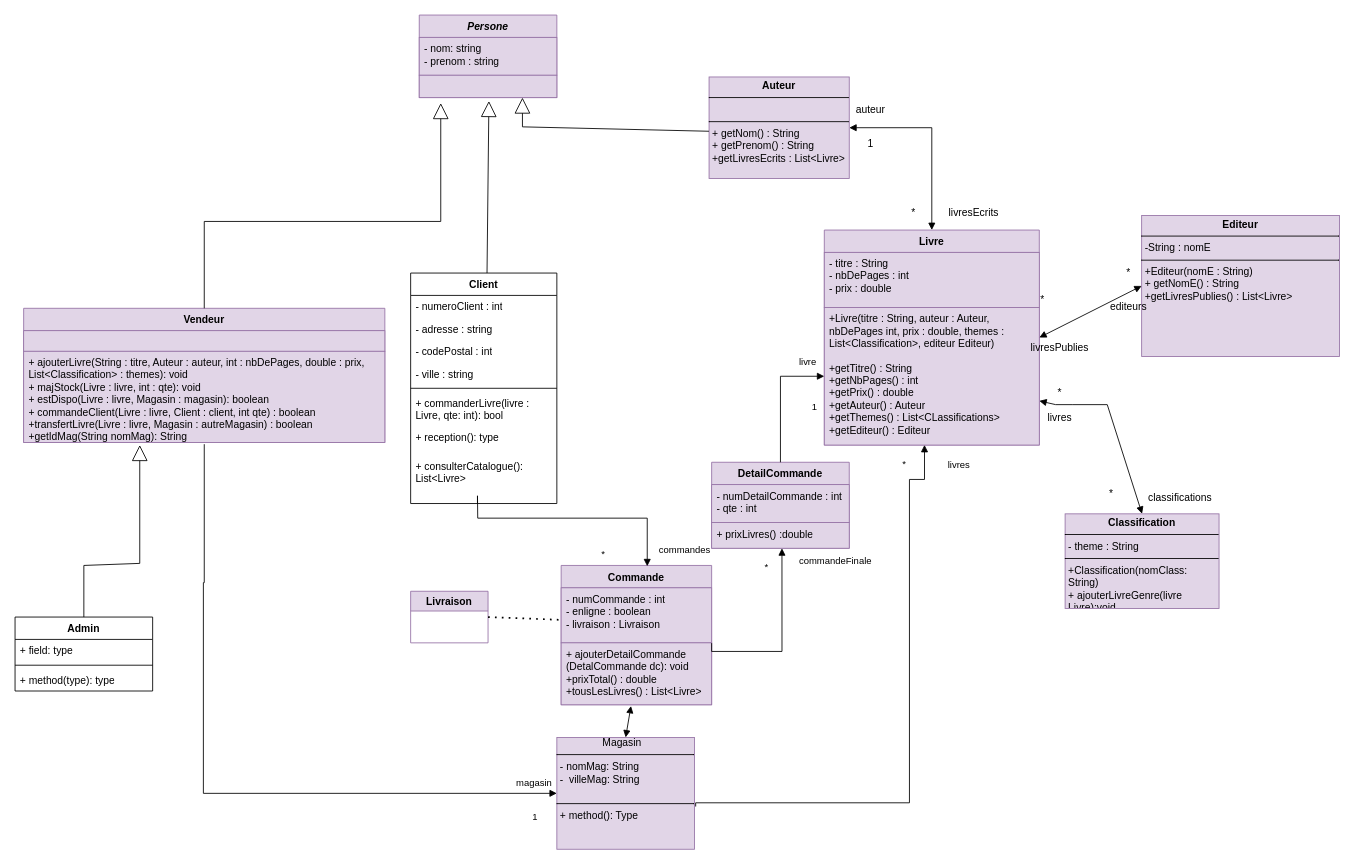
The draw.io diagram diagrammedeclasse.drawio in NolhanDolou/SAE_JAVA, before the edit. Source tidied: cells renumbered, new cells numbered last; positions are measured from the earlier drawing's top-left corner, leaving out a move shared by most shapes. Both pictures are drawn from the tidied source at 86%, with x=0, y=0 at pixel (15, 15).
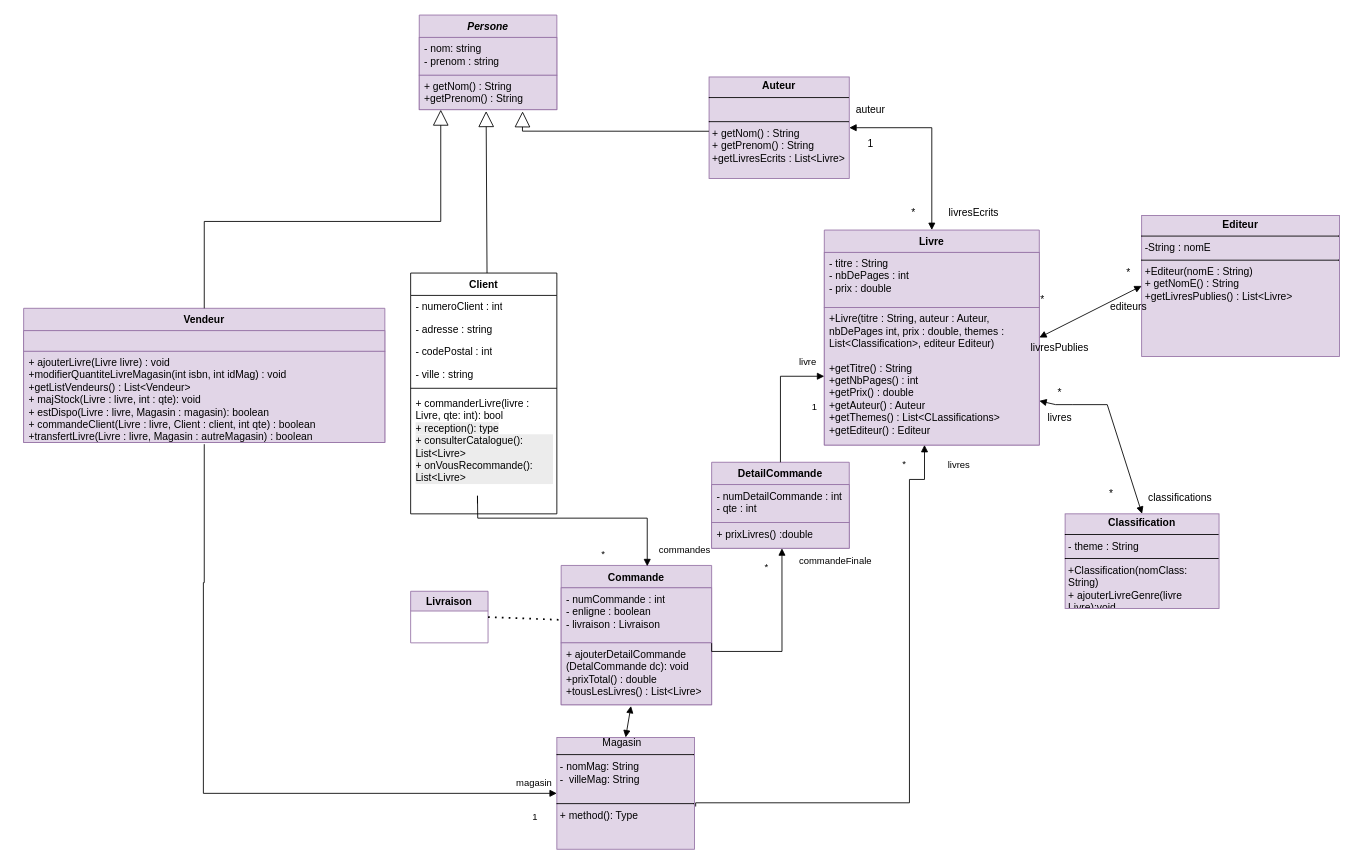
The same diagram, later.

Commit message:
Mettre à jour diagrammedeclasse.drawio

The change refers to these unchanged cells:
```xml
<mxCell id="14" value="Vendeur" style="swimlane;fontStyle=1;align=center;verticalAlign=top;horizontal=1;startSize=26;whiteSpace=wrap;html=1;fillColor=#e1d5e7;strokeColor=#9673a6;" parent="1" vertex="1">
  <mxGeometry x="10" y="341" width="420" height="156" as="geometry" />
</mxCell>
<mxCell id="20" value="Commande" style="swimlane;fontStyle=1;align=center;verticalAlign=top;horizontal=1;startSize=26;whiteSpace=wrap;html=1;fillColor=#e1d5e7;strokeColor=#9673a6;" parent="1" vertex="1">
  <mxGeometry x="635" y="640" width="175" height="162" as="geometry" />
</mxCell>
<mxCell id="26" value="&lt;p style=&quot;margin:0px;margin-top:4px;text-align:center;&quot;&gt;&lt;b&gt;Auteur&lt;/b&gt;&lt;/p&gt;&lt;hr size=&quot;1&quot; style=&quot;border-style:solid;&quot;&gt;&lt;br&gt;&lt;hr size=&quot;1&quot; style=&quot;border-style:solid;&quot;&gt;&lt;p style=&quot;margin:0px;margin-left:4px;&quot;&gt;+ getNom() : String &lt;br&gt;&lt;/p&gt;&lt;p style=&quot;margin:0px;margin-left:4px;&quot;&gt;+ getPrenom() : String&lt;/p&gt;&lt;p style=&quot;margin:0px;margin-left:4px;&quot;&gt;+getLivresEcrits : List&amp;lt;Livre&amp;gt;&lt;/p&gt;" style="verticalAlign=top;align=left;overflow=fill;html=1;whiteSpace=wrap;fillColor=#e1d5e7;strokeColor=#9673a6;" parent="1" vertex="1">
  <mxGeometry x="807" y="72" width="163" height="118" as="geometry" />
</mxCell>
```

Diff of the diagram source:
```diff
@@
     <mxCell id="2" value="&lt;i&gt;Persone&lt;/i&gt;" style="swimlane;fontStyle=1;align=center;verticalAlign=top;horizontal=1;startSize=26;whiteSpace=wrap;html=1;fillColor=#e1d5e7;strokeColor=#9673a6;" parent="1" vertex="1">
-      <mxGeometry x="470" width="160" height="96" as="geometry" />
+      <mxGeometry x="470" width="160" height="110" as="geometry" />
     </mxCell>
@@
-    <mxCell id="4" style="text;strokeColor=#9673a6;fillColor=#e1d5e7;align=left;verticalAlign=top;spacingLeft=4;spacingRight=4;overflow=hidden;points=[[0,0.5],[1,0.5]];portConstraint=eastwest;whiteSpace=wrap;html=1;" parent="2" vertex="1">
-      <mxGeometry y="70" width="160" height="26" as="geometry" />
+    <mxCell id="4" value="+ getNom() : String&lt;div&gt;+getPrenom() : String&lt;/div&gt;" style="text;strokeColor=#9673a6;fillColor=#e1d5e7;align=left;verticalAlign=top;spacingLeft=4;spacingRight=4;overflow=hidden;points=[[0,0.5],[1,0.5]];portConstraint=eastwest;whiteSpace=wrap;html=1;" parent="2" vertex="1">
+      <mxGeometry y="70" width="160" height="40" as="geometry" />
     </mxCell>
     <mxCell id="5" value="Client" style="swimlane;fontStyle=1;align=center;verticalAlign=top;horizontal=1;startSize=26;whiteSpace=wrap;html=1;" parent="1" vertex="1">
-      <mxGeometry x="460" y="300" width="170" height="268" as="geometry" />
+      <mxGeometry x="460" y="300" width="170" height="280" as="geometry" />
     </mxCell>
@@
-    <mxCell id="11" value="&lt;span style=&quot;color: rgb(0, 0, 0); font-family: Helvetica; font-size: 12px; font-style: normal; font-variant-ligatures: normal; font-variant-caps: normal; letter-spacing: normal; orphans: 2; text-align: left; text-indent: 0px; text-transform: none; widows: 2; word-spacing: 0px; -webkit-text-stroke-width: 0px; white-space: normal; text-decoration-thickness: initial; text-decoration-style: initial; text-decoration-color: initial; float: none; background-color: rgb(255, 255, 255); display: inline !important;&quot;&gt;+ commanderLivre(livre : Livre, qte: int): bool&lt;/span&gt;" style="text;strokeColor=none;fillColor=none;align=left;verticalAlign=top;spacingLeft=4;spacingRight=4;overflow=hidden;whiteSpace=wrap;html=1;" parent="5" vertex="1">
-      <mxGeometry y="138" width="170" height="40" as="geometry" />
+    <mxCell id="11" value="&lt;span style=&quot;color: rgb(0, 0, 0); font-family: Helvetica; font-size: 12px; font-style: normal; font-variant-ligatures: normal; font-variant-caps: normal; letter-spacing: normal; orphans: 2; text-align: left; text-indent: 0px; text-transform: none; widows: 2; word-spacing: 0px; -webkit-text-stroke-width: 0px; white-space: normal; text-decoration-thickness: initial; text-decoration-style: initial; text-decoration-color: initial; float: none; background-color: rgb(255, 255, 255); display: inline !important;&quot;&gt;+ commanderLivre(livre : Livre, qte: int): bool&lt;/span&gt;&lt;div&gt;&lt;span style=&quot;color: rgb(0, 0, 0); font-family: Helvetica; font-size: 12px; font-style: normal; font-variant-ligatures: normal; font-variant-caps: normal; letter-spacing: normal; orphans: 2; text-align: left; text-indent: 0px; text-transform: none; widows: 2; word-spacing: 0px; -webkit-text-stroke-width: 0px; white-space: normal; text-decoration-thickness: initial; text-decoration-style: initial; text-decoration-color: initial; float: none; background-color: rgb(255, 255, 255); display: inline !important;&quot;&gt;&lt;span style=&quot;background-color: rgb(236, 236, 236);&quot;&gt;+ reception(): type&lt;/span&gt;&lt;div style=&quot;background-color: rgb(236, 236, 236);&quot;&gt;+ consulterCatalogue(): List&amp;lt;Livre&amp;gt;&lt;div&gt;+ onVousRecommande(): List&amp;lt;Livre&amp;gt;&lt;/div&gt;&lt;/div&gt;&lt;/span&gt;&lt;/div&gt;" style="text;strokeColor=none;fillColor=none;align=left;verticalAlign=top;spacingLeft=4;spacingRight=4;overflow=hidden;whiteSpace=wrap;html=1;" parent="5" vertex="1">
+      <mxGeometry y="138" width="170" height="142" as="geometry" />
     </mxCell>
-    <mxCell id="12" value="+ reception(): type" style="text;strokeColor=none;fillColor=none;align=left;verticalAlign=top;spacingLeft=4;spacingRight=4;overflow=hidden;whiteSpace=wrap;html=1;" parent="5" vertex="1">
-      <mxGeometry y="178" width="170" height="34" as="geometry" />
-    </mxCell>
-    <mxCell id="13" value="+ consulterCatalogue(): List&amp;lt;Livre&amp;gt;" style="text;strokeColor=none;fillColor=none;align=left;verticalAlign=top;spacingLeft=4;spacingRight=4;overflow=hidden;points=[[0,0.5],[1,0.5]];portConstraint=eastwest;whiteSpace=wrap;html=1;" parent="5" vertex="1">
-      <mxGeometry y="212" width="170" height="56" as="geometry" />
-    </mxCell>
@@
-    <mxCell id="16" value="&lt;div&gt;+ ajouterLivre(String : titre, Auteur : auteur, int : nbDePages, double : prix, List&amp;lt;Classification&amp;gt; : themes): void&lt;/div&gt;&lt;div&gt;&lt;div&gt;+ majStock(Livre : livre, int : qte): void&lt;/div&gt;&lt;div&gt;+ estDispo(Livre : livre, Magasin : magasin): boolean&lt;/div&gt;&lt;div&gt;+ commandeClient(Livre : livre, Client : client, int qte) : boolean&lt;/div&gt;&lt;div&gt;+transfertLivre(Livre : livre, Magasin : autreMagasin) : boolean&lt;/div&gt;&lt;/div&gt;&lt;div&gt;+getIdMag(String nomMag): String&lt;/div&gt;" style="text;strokeColor=#9673a6;fillColor=#e1d5e7;align=left;verticalAlign=top;spacingLeft=4;spacingRight=4;overflow=hidden;whiteSpace=wrap;html=1;" parent="14" vertex="1">
+    <mxCell id="16" value="&lt;div&gt;+ ajouterLivre(Livre livre) : void&lt;/div&gt;&lt;div&gt;+modifierQuantiteLivreMagasin(int isbn, int idMag) : void&lt;/div&gt;&lt;div&gt;+getListVendeurs() : List&amp;lt;Vendeur&amp;gt;&lt;/div&gt;&lt;div&gt;&lt;div&gt;+ majStock(Livre : livre, int : qte): void&lt;/div&gt;&lt;div&gt;+ estDispo(Livre : livre, Magasin : magasin): boolean&lt;/div&gt;&lt;div&gt;+ commandeClient(Livre : livre, Client : client, int qte) : boolean&lt;/div&gt;&lt;div&gt;+transfertLivre(Livre : livre, Magasin : autreMagasin) : boolean&lt;/div&gt;&lt;/div&gt;" style="text;strokeColor=#9673a6;fillColor=#e1d5e7;align=left;verticalAlign=top;spacingLeft=4;spacingRight=4;overflow=hidden;whiteSpace=wrap;html=1;" parent="14" vertex="1">
       <mxGeometry y="50" width="420" height="106" as="geometry" />
     </mxCell>
@@
-    <mxCell id="23" value="commandes" style="endArrow=block;endFill=1;html=1;edgeStyle=orthogonalEdgeStyle;align=left;verticalAlign=top;rounded=0;exitX=0.457;exitY=0.998;exitDx=0;exitDy=0;exitPerimeter=0;entryX=0.572;entryY=0.006;entryDx=0;entryDy=0;entryPerimeter=0;" parent="1" edge="1" source="13" target="20">
+    <mxCell id="23" value="commandes" style="endArrow=block;endFill=1;html=1;edgeStyle=orthogonalEdgeStyle;align=left;verticalAlign=top;rounded=0;exitX=0.457;exitY=0.998;exitDx=0;exitDy=0;exitPerimeter=0;entryX=0.572;entryY=0.006;entryDx=0;entryDy=0;entryPerimeter=0;" parent="1" edge="1" target="20">
       <mxGeometry x="0.85" y="16" relative="1" as="geometry">
+        <mxPoint x="537.7" y="567.9" as="sourcePoint" />
         <Array as="points">
           <mxPoint x="538" y="559" />
           <mxPoint x="538" y="559" />
           <mxPoint x="538" y="585" />
           <mxPoint x="735" y="585" />
         </Array>
         <mxPoint x="-4" y="-10" as="offset" />
       </mxGeometry>
     </mxCell>
@@
-    <mxCell id="34" style="endArrow=block;endSize=16;endFill=0;html=1;rounded=0;entryX=0.75;entryY=1;entryDx=0;entryDy=0;exitX=-0.001;exitY=0.535;exitDx=0;exitDy=0;exitPerimeter=0;" parent="1" edge="1" source="26" target="2">
+    <mxCell id="34" style="endArrow=block;endSize=16;endFill=0;html=1;rounded=0;exitX=-0.001;exitY=0.535;exitDx=0;exitDy=0;exitPerimeter=0;entryX=0.751;entryY=1.049;entryDx=0;entryDy=0;entryPerimeter=0;" parent="1" edge="1" source="26" target="4">
       <mxGeometry relative="1" as="geometry">
         <Array as="points">
-          <mxPoint x="590" y="130" />
+          <mxPoint x="590" y="135" />
         </Array>
       </mxGeometry>
     </mxCell>
-    <mxCell id="35" style="endArrow=block;endSize=16;endFill=0;html=1;rounded=0;exitX=0.75;exitY=0;exitDx=0;exitDy=0;" parent="1" edge="1">
+    <mxCell id="35" style="endArrow=block;endSize=16;endFill=0;html=1;rounded=0;exitX=0.75;exitY=0;exitDx=0;exitDy=0;entryX=0.486;entryY=1.042;entryDx=0;entryDy=0;entryPerimeter=0;" parent="1" edge="1" target="4">
       <mxGeometry relative="1" as="geometry">
         <mxPoint x="548.8" y="300" as="sourcePoint" />
-        <mxPoint x="551" y="100" as="targetPoint" />
       </mxGeometry>
     </mxCell>
-    <mxCell id="36" style="endArrow=block;endSize=16;endFill=0;html=1;rounded=0;exitX=0.5;exitY=0;exitDx=0;exitDy=0;entryX=0.156;entryY=0.794;entryDx=0;entryDy=0;entryPerimeter=0;" parent="1" edge="1" source="14">
+    <mxCell id="36" style="endArrow=block;endSize=16;endFill=0;html=1;rounded=0;exitX=0.5;exitY=0;exitDx=0;exitDy=0;" parent="1" edge="1" source="14">
       <mxGeometry relative="1" as="geometry">
-        <mxPoint x="495" y="102.4" as="targetPoint" />
+        <mxPoint x="495" y="110" as="targetPoint" />
         <Array as="points">
           <mxPoint x="220" y="240" />
           <mxPoint x="495" y="240" />
         </Array>
       </mxGeometry>
     </mxCell>
@@
-    <mxCell id="62" value="Admin" style="swimlane;fontStyle=1;align=center;verticalAlign=top;horizontal=1;startSize=26;whiteSpace=wrap;html=1;" parent="1" vertex="1">
-      <mxGeometry y="700" width="160" height="86" as="geometry" />
-    </mxCell>
-    <mxCell id="63" value="+ field: type" style="text;strokeColor=none;fillColor=none;align=left;verticalAlign=top;spacingLeft=4;spacingRight=4;overflow=hidden;whiteSpace=wrap;html=1;" parent="62" vertex="1">
-      <mxGeometry y="26" width="160" height="26" as="geometry" />
-    </mxCell>
-    <mxCell id="64" style="line;strokeWidth=1;fillColor=none;align=left;verticalAlign=middle;spacingTop=-1;spacingLeft=3;spacingRight=3;labelPosition=right;strokeColor=inherit;" parent="62" vertex="1">
-      <mxGeometry y="52" width="160" height="8" as="geometry" />
-    </mxCell>
-    <mxCell id="65" value="+ method(type): type" style="text;strokeColor=none;fillColor=none;align=left;verticalAlign=top;spacingLeft=4;spacingRight=4;overflow=hidden;whiteSpace=wrap;html=1;" parent="62" vertex="1">
-      <mxGeometry y="60" width="160" height="26" as="geometry" />
-    </mxCell>
-    <mxCell id="66" style="endArrow=block;endSize=16;endFill=0;html=1;rounded=0;exitX=0.5;exitY=0;exitDx=0;exitDy=0;entryX=0.156;entryY=0.794;entryDx=0;entryDy=0;entryPerimeter=0;" parent="1" edge="1" source="62">
-      <mxGeometry relative="1" as="geometry">
-        <mxPoint x="145" y="500" as="targetPoint" />
-        <Array as="points">
-          <mxPoint x="80" y="640" />
-          <mxPoint x="145" y="637.6" />
-        </Array>
-      </mxGeometry>
-    </mxCell>
```
